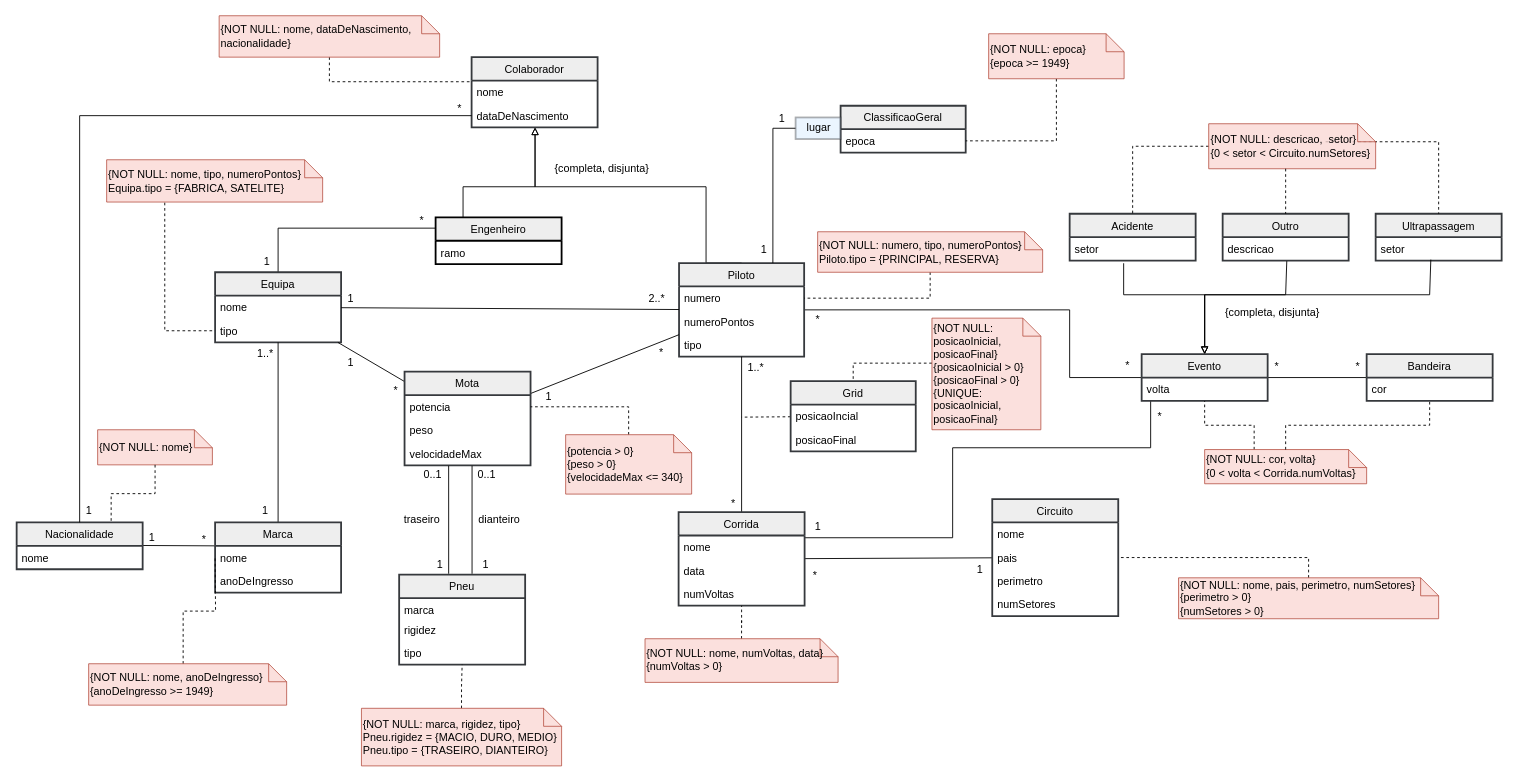
This is MotoGP-UML-Module.drawio from alexandreggc/BD_MotoGP_Project, a draw.io file, before an edit. Source tidied: cells renumbered, new cells numbered last; positions are measured from the earlier drawing's top-left corner, leaving out a move shared by most shapes. Both pictures are drawn from the tidied source at 90%, with x=0, y=0 at pixel (16, 15).
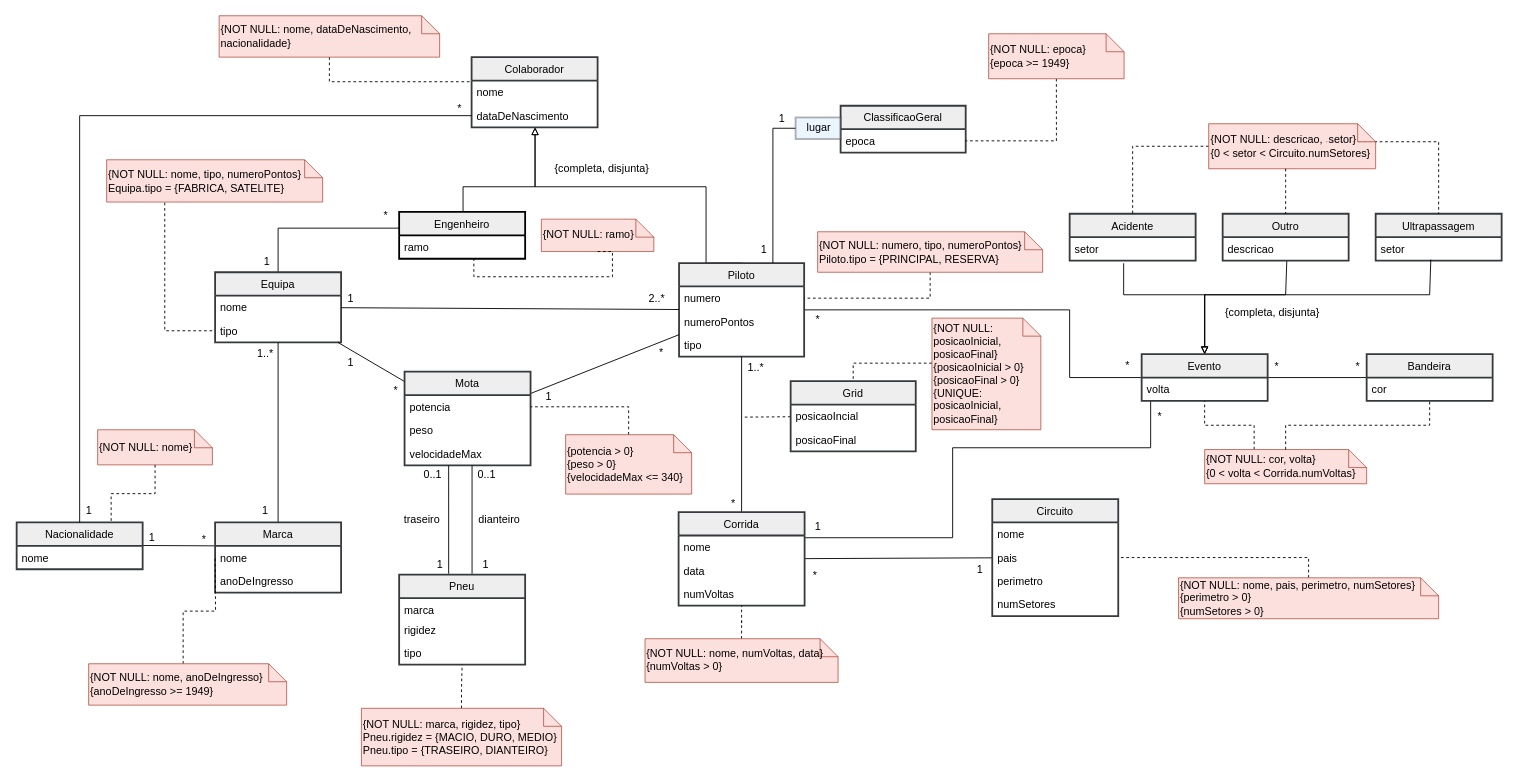
The same page after the edit.

Commit message (it also covers changes not shown here):
Update Relatorio e modelo UML

Change to the diagram source:
```diff
@@
     <mxCell id="69" value="Engenheiro" style="swimlane;fontStyle=0;horizontal=1;startSize=26;fillColor=#eeeeee;strokeWidth=2;strokeColor=#000000;" parent="1" vertex="1">
-      <mxGeometry x="465.5" y="224" width="140" height="52" as="geometry" />
+      <mxGeometry x="425" y="218" width="140" height="52" as="geometry" />
     </mxCell>
@@
     <mxCell id="83" value="*" style="text;html=1;align=center;verticalAlign=middle;strokeColor=none;fillColor=none;" parent="1" vertex="1">
-      <mxGeometry x="440" y="218" width="20" height="20" as="geometry" />
+      <mxGeometry x="399.5" y="212" width="20" height="20" as="geometry" />
     </mxCell>
@@
+    <mxCell id="136" value="&lt;div&gt;&lt;span&gt;{NOT NULL: ramo}&lt;/span&gt;&lt;/div&gt;" style="shape=note;size=20;whiteSpace=wrap;html=1;align=left;fillColor=#fad9d5;strokeColor=#ae4132;opacity=80;" parent="1" vertex="1">
+      <mxGeometry x="583" y="226" width="125" height="36" as="geometry" />
+    </mxCell>
+    <mxCell id="137" style="edgeStyle=orthogonalEdgeStyle;rounded=0;sketch=0;jumpSize=6;jettySize=auto;html=1;dashed=1;startArrow=none;startFill=0;endArrow=none;endFill=0;targetPerimeterSpacing=0;strokeWidth=1;exitX=0.5;exitY=1;exitDx=0;exitDy=0;exitPerimeter=0;" parent="1" edge="1" source="136" target="69">
+      <mxGeometry relative="1" as="geometry">
+        <Array as="points">
+          <mxPoint x="662" y="262" />
+          <mxPoint x="662" y="290" />
+          <mxPoint x="508" y="290" />
+        </Array>
+      </mxGeometry>
+    </mxCell>
```
